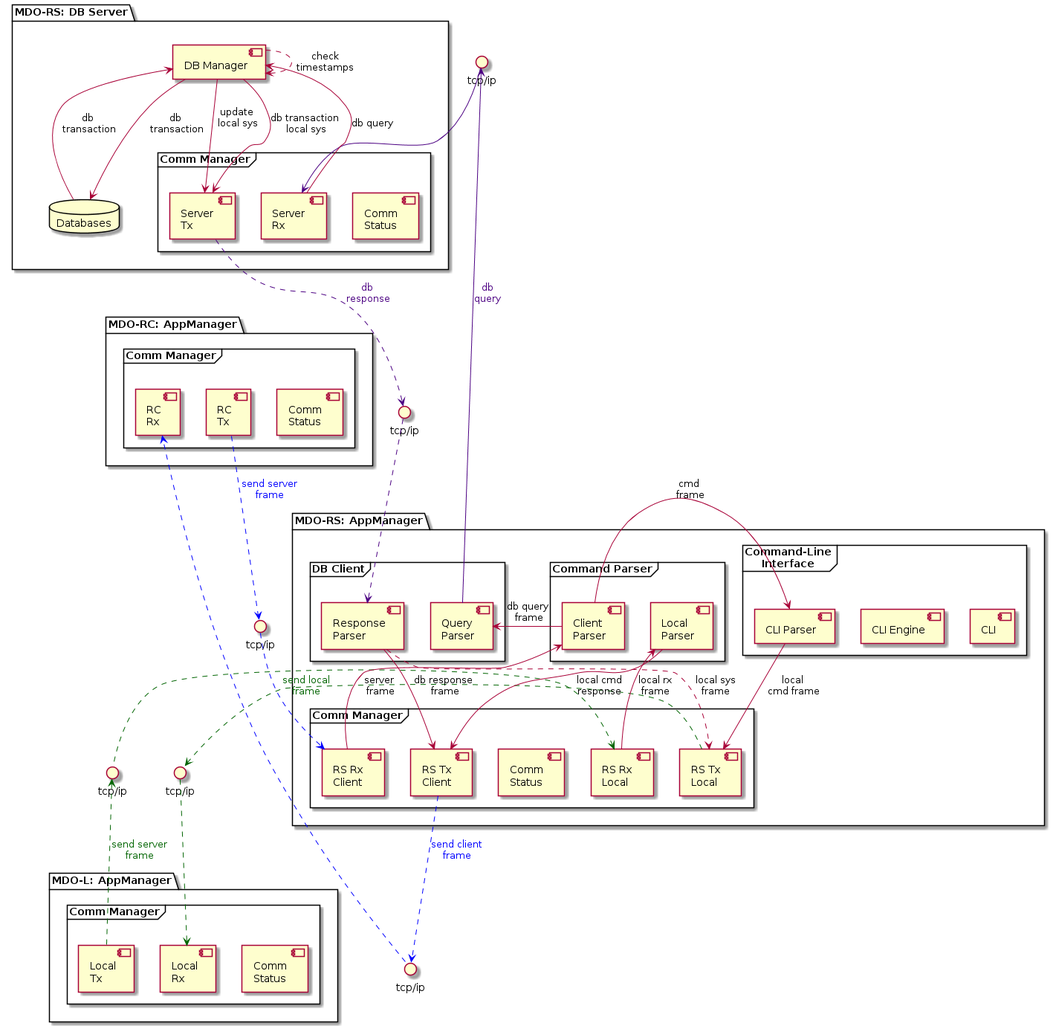
Above: Proj/report/img/component-diag-rs.png in ElectroQuanta/MDO (PlantUML), before the change. Its diagram source:
```plantuml
@startuml
skinparam fixCircleLabelOverlapping true



package "MDO-RC: AppManager" {
  frame "Comm Manager" as CM{
  [Comm \nStatus] as RCS
  [RC\nTx] as RCT
  [RC\nRx] as RCR
  }
}

package "MDO-L: AppManager" {
  frame "Comm Manager" as LCM{
  [Comm \nStatus] as LCS
  [Local\nTx] as LCT
  [Local\nRx] as LCR
  }
}

package "MDO-RS: AppManager"{
  frame "Command-Line\nInterface"{
  [CLI] as CLI
  [CLI Engine] as CLIE
  [CLI Parser] as CLIP
  }
  frame "Command Parser"{
  [Client\nParser] as RSCP
  [Local \nParser] as RSLP
  }
  frame "DB Client" as RSDBM{
  [Query\nParser] as RSQP
  [Response\nParser] as RSRP
  }
  frame "Comm Manager" as CMS{
  [Comm \nStatus] as RSS
  [RS Tx \nClient] as RSTC
  [RS Rx \nClient] as RSRC
  [RS Tx \nLocal] as RSTL
  [RS Rx \nLocal] as RSRL
  }
}

package "MDO-RS: DB Server"{
  [DB Manager] as RSDBM2
  frame "Comm Manager" as CMDB{
  [Comm \nStatus] as DBSt
  [Server \nTx] as SERVTx
  [Server \nRx] as SERVRx
  }
  database "Databases" as DBs
}

() "tcp/ip" as sockRC_RS
() "tcp/ip" as sockRS_RC
() "tcp/ip" as sockRS_L
() "tcp/ip" as sockL_RS
() "tcp/ip" as sockRS_SQL
() "tcp/ip" as sockSQL_RS

[RCT] ..> sockRC_RS #blue: <color:blue>send server\n<color:blue>frame
sockRC_RS ..> [RSRC] #blue
[RSTC] ..> sockRS_RC #blue: <color:blue>send client\n<color:blue>frame
sockRS_RC ..> [RCR] #blue
[RSTL] .r.> sockRS_L #darkgreen: <color:darkgreen>send local\n<color:darkgreen>frame
sockRS_L .d.> [LCR] #darkgreen
[LCT] .u.> sockL_RS #darkgreen: <color:darkgreen>send server\n<color:darkgreen>frame
sockL_RS .l.> [RSRL] #darkgreen
[RSQP] --> sockRS_SQL #indigo: <color:indigo>db\n<color:indigo>query
sockRS_SQL --> [SERVRx] #indigo
[SERVTx] ..> sockSQL_RS #indigo: <color:indigo>db \n<color:indigo>response
sockSQL_RS ..> [RSRP] #indigo

[RSRC] --> [RSCP]: server\n frame
[RSCP] --> [RSQP]: db query\n frame
[RSCP] --> [CLIP]: cmd\n frame
[CLIP] --> [RSTL]: local \ncmd frame
[RSRP] --> [RSTC]: db response\n frame
[RSRP] ..> [RSTL]: local sys\nframe
[RSRL] --> [RSLP]: local rx\nframe
[RSLP] --> [RSTC]: local cmd\nresponse

[RSDBM2] ..> [RSDBM2]: check\ntimestamps
[SERVRx] --> [RSDBM2]: db query
[RSDBM2] --> [DBs]: db \ntransaction
[DBs] --> [RSDBM2]: db \ntransaction
[RSDBM2] --> [SERVTx]: update\n local sys\n
[RSDBM2] --> [SERVTx]: db transaction\n local sys


@enduml
```
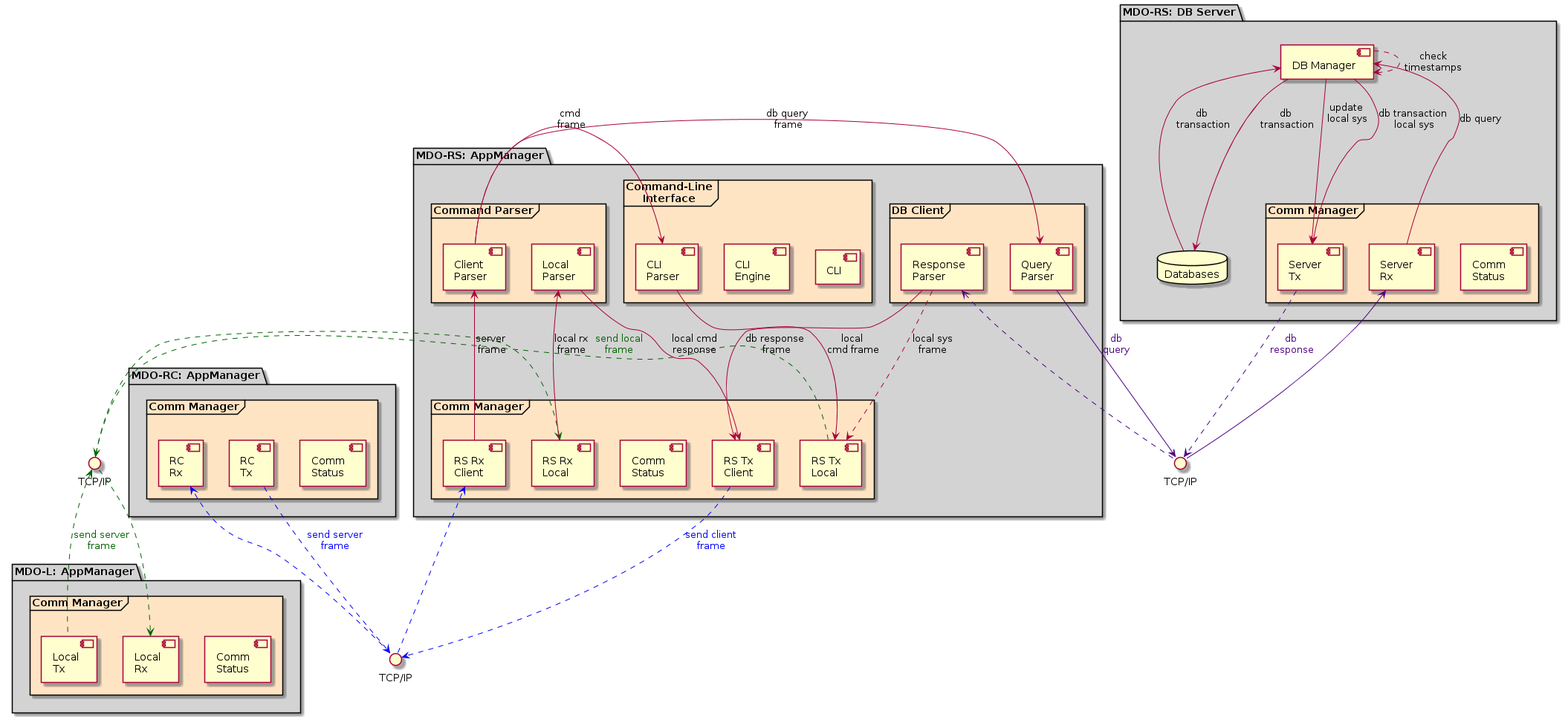
Later version of the same file.

Commit message:
UPDT: DESIGN: SW-spec: component & deploy diags

What changed in the source:
```diff
@@ -3,37 +3,37 @@
 
 
 
-package "MDO-RC: AppManager" {
-  frame "Comm Manager" as CM{
+package "MDO-RC: AppManager" #lightgrey{
+  frame "Comm Manager" as CM #bisque{
   [Comm \nStatus] as RCS
   [RC\nTx] as RCT
   [RC\nRx] as RCR
   }
 }
 
-package "MDO-L: AppManager" {
-  frame "Comm Manager" as LCM{
+package "MDO-L: AppManager" #lightgrey{
+  frame "Comm Manager" as LCM #bisque{
   [Comm \nStatus] as LCS
   [Local\nTx] as LCT
   [Local\nRx] as LCR
   }
 }
 
-package "MDO-RS: AppManager"{
-  frame "Command-Line\nInterface"{
+package "MDO-RS: AppManager" #lightgrey{
+  frame "Command-Line\nInterface" #bisque{
   [CLI] as CLI
-  [CLI Engine] as CLIE
-  [CLI Parser] as CLIP
+  [CLI \nEngine] as CLIE
+  [CLI \nParser] as CLIP
   }
-  frame "Command Parser"{
+  frame "Command Parser" #bisque{
   [Client\nParser] as RSCP
   [Local \nParser] as RSLP
   }
-  frame "DB Client" as RSDBM{
+  frame "DB Client" as RSDBM #bisque{
   [Query\nParser] as RSQP
   [Response\nParser] as RSRP
   }
-  frame "Comm Manager" as CMS{
+  frame "Comm Manager" as CMS #bisque{
   [Comm \nStatus] as RSS
   [RS Tx \nClient] as RSTC
   [RS Rx \nClient] as RSRC
@@ -42,9 +42,9 @@
   }
 }
 
-package "MDO-RS: DB Server"{
+package "MDO-RS: DB Server" #lightgrey{
   [DB Manager] as RSDBM2
-  frame "Comm Manager" as CMDB{
+  frame "Comm Manager" as CMDB #bisque{
   [Comm \nStatus] as DBSt
   [Server \nTx] as SERVTx
   [Server \nRx] as SERVRx
@@ -52,25 +52,22 @@
   database "Databases" as DBs
 }
 
-() "tcp/ip" as sockRC_RS
-() "tcp/ip" as sockRS_RC
-() "tcp/ip" as sockRS_L
-() "tcp/ip" as sockL_RS
-() "tcp/ip" as sockRS_SQL
-() "tcp/ip" as sockSQL_RS
+() "TCP/IP" as sockRC_RS
+() "TCP/IP" as sockRS_L
+() "TCP/IP" as sockRS_SQL
 
 [RCT] ..> sockRC_RS #blue: <color:blue>send server\n<color:blue>frame
 sockRC_RS ..> [RSRC] #blue
-[RSTC] ..> sockRS_RC #blue: <color:blue>send client\n<color:blue>frame
-sockRS_RC ..> [RCR] #blue
+[RSTC] ..> sockRC_RS #blue: <color:blue>send client\n<color:blue>frame
+sockRC_RS ..> [RCR] #blue
 [RSTL] .r.> sockRS_L #darkgreen: <color:darkgreen>send local\n<color:darkgreen>frame
 sockRS_L .d.> [LCR] #darkgreen
-[LCT] .u.> sockL_RS #darkgreen: <color:darkgreen>send server\n<color:darkgreen>frame
-sockL_RS .l.> [RSRL] #darkgreen
+[LCT] .u.> sockRS_L #darkgreen: <color:darkgreen>send server\n<color:darkgreen>frame
+sockRS_L .l.> [RSRL] #darkgreen
 [RSQP] --> sockRS_SQL #indigo: <color:indigo>db\n<color:indigo>query
 sockRS_SQL --> [SERVRx] #indigo
-[SERVTx] ..> sockSQL_RS #indigo: <color:indigo>db \n<color:indigo>response
-sockSQL_RS ..> [RSRP] #indigo
+[SERVTx] ..> sockRS_SQL #indigo: <color:indigo>db \n<color:indigo>response
+sockRS_SQL ..> [RSRP] #indigo
 
 [RSRC] --> [RSCP]: server\n frame
 [RSCP] --> [RSQP]: db query\n frame
```
